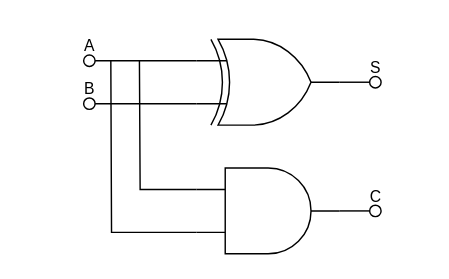
Above: Halfadder.drawio in Larshalvorhansen/icProsjekt (draw.io), before the change. Source tidied: cells renumbered, new cells numbered last; positions are measured from the earlier drawing's top-left corner, leaving out a move shared by most shapes. Both pictures are drawn from the tidied source at 143%, with x=0, y=0 at pixel (67, 24).
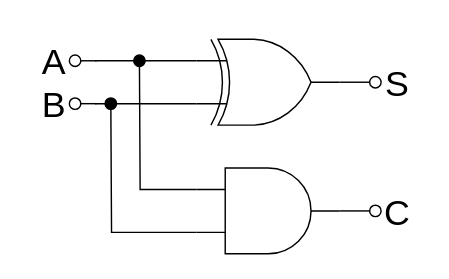
The same page after the edit.

The change refers to these unchanged cells:
```xml
<mxCell id="2" style="verticalLabelPosition=bottom;shadow=0;dashed=0;align=center;html=1;verticalAlign=top;shape=mxgraph.electrical.logic_gates.logic_gate;operation=xor;" parent="1" vertex="1">
  <mxGeometry x="90" y="10" width="100" height="60" as="geometry" />
</mxCell>
<mxCell id="5" style="verticalLabelPosition=bottom;shadow=0;dashed=0;align=center;html=1;verticalAlign=top;shape=mxgraph.electrical.logic_gates.logic_gate;operation=and;" parent="1" vertex="1">
  <mxGeometry x="90" y="100" width="100" height="60" as="geometry" />
</mxCell>
```

Change to the diagram source:
```diff
@@
     <mxCell id="4" style="edgeStyle=orthogonalEdgeStyle;shape=connector;rounded=0;jettySize=auto;html=1;exitX=0;exitY=0.75;exitDx=0;exitDy=0;exitPerimeter=0;labelBackgroundColor=default;strokeColor=default;align=center;verticalAlign=middle;fontFamily=Helvetica;fontSize=11;fontColor=default;endArrow=none;endFill=0;" parent="1" edge="1" source="5">
       <mxGeometry relative="1" as="geometry">
-        <mxPoint x="30" y="25" as="targetPoint" />
+        <mxPoint x="30" y="55" as="targetPoint" />
       </mxGeometry>
     </mxCell>
@@
-    <mxCell id="6" style="verticalLabelPosition=bottom;shadow=0;dashed=0;align=center;html=1;verticalAlign=top;shape=mxgraph.electrical.logic_gates.inverting_contact;" parent="1" vertex="1">
-      <mxGeometry x="10" y="20" width="10" height="10" as="geometry" />
-    </mxCell>
-    <mxCell id="7" style="verticalLabelPosition=bottom;shadow=0;dashed=0;align=center;html=1;verticalAlign=top;shape=mxgraph.electrical.logic_gates.inverting_contact;" parent="1" vertex="1">
-      <mxGeometry x="10" y="50" width="10" height="10" as="geometry" />
-    </mxCell>
-    <mxCell id="8" style="edgeStyle=orthogonalEdgeStyle;rounded=0;jettySize=auto;html=1;exitX=0;exitY=0.25;exitDx=0;exitDy=0;exitPerimeter=0;entryX=0.9;entryY=0.5;entryDx=0;entryDy=0;entryPerimeter=0;endArrow=none;endFill=0;" parent="1" edge="1" source="2" target="6">
-      <mxGeometry relative="1" as="geometry" />
+    <mxCell id="8" style="edgeStyle=orthogonalEdgeStyle;rounded=0;jettySize=auto;html=1;exitX=0;exitY=0.25;exitDx=0;exitDy=0;exitPerimeter=0;entryX=0.9;entryY=0.5;entryDx=0;entryDy=0;entryPerimeter=0;endArrow=none;endFill=0;" parent="1" edge="1" source="2">
+      <mxGeometry relative="1" as="geometry">
+        <mxPoint x="19" y="25" as="targetPoint" />
+      </mxGeometry>
     </mxCell>
-    <mxCell id="9" style="edgeStyle=orthogonalEdgeStyle;shape=connector;rounded=0;jettySize=auto;html=1;exitX=0;exitY=0.75;exitDx=0;exitDy=0;exitPerimeter=0;entryX=0.9;entryY=0.5;entryDx=0;entryDy=0;entryPerimeter=0;labelBackgroundColor=default;strokeColor=default;align=center;verticalAlign=middle;fontFamily=Helvetica;fontSize=11;fontColor=default;endArrow=none;endFill=0;" parent="1" edge="1" source="2" target="7">
-      <mxGeometry relative="1" as="geometry" />
+    <mxCell id="9" style="edgeStyle=orthogonalEdgeStyle;shape=connector;rounded=0;jettySize=auto;html=1;exitX=0;exitY=0.75;exitDx=0;exitDy=0;exitPerimeter=0;entryX=0.9;entryY=0.5;entryDx=0;entryDy=0;entryPerimeter=0;labelBackgroundColor=default;strokeColor=default;align=center;verticalAlign=middle;fontFamily=Helvetica;fontSize=11;fontColor=default;endArrow=none;endFill=0;" parent="1" edge="1" source="2">
+      <mxGeometry relative="1" as="geometry">
+        <mxPoint x="19" y="55" as="targetPoint" />
+      </mxGeometry>
     </mxCell>
@@
-    <mxCell id="14" value="S" style="text;html=1;align=center;verticalAlign=middle;strokeColor=none;fillColor=none;fontSize=11;fontFamily=Helvetica;fontColor=default;" parent="1" vertex="1">
-      <mxGeometry x="200" y="15" width="30" height="30" as="geometry" />
+    <mxCell id="14" value="&lt;font style=&quot;font-size: 25px;&quot;&gt;S&lt;/font&gt;" style="text;html=1;align=center;verticalAlign=middle;strokeColor=none;fillColor=none;fontSize=11;fontFamily=Helvetica;fontColor=default;" parent="1" vertex="1">
+      <mxGeometry x="210" y="20" width="40" height="40" as="geometry" />
     </mxCell>
-    <mxCell id="15" value="C" style="text;html=1;align=center;verticalAlign=middle;strokeColor=none;fillColor=none;fontSize=11;fontFamily=Helvetica;fontColor=default;" parent="1" vertex="1">
-      <mxGeometry x="200" y="105" width="30" height="30" as="geometry" />
+    <mxCell id="15" value="&lt;font style=&quot;font-size: 25px;&quot;&gt;C&lt;/font&gt;" style="text;html=1;align=center;verticalAlign=middle;strokeColor=none;fillColor=none;fontSize=11;fontFamily=Helvetica;fontColor=default;" parent="1" vertex="1">
+      <mxGeometry x="210" y="110" width="40" height="40" as="geometry" />
     </mxCell>
-    <mxCell id="16" value="A" style="text;html=1;align=center;verticalAlign=middle;strokeColor=none;fillColor=none;fontSize=11;fontFamily=Helvetica;fontColor=default;" parent="1" vertex="1">
-      <mxGeometry width="30" height="30" as="geometry" />
+    <mxCell id="16" value="&lt;font style=&quot;font-size: 25px;&quot;&gt;A&lt;/font&gt;" style="text;html=1;align=center;verticalAlign=middle;strokeColor=none;fillColor=none;fontSize=11;fontFamily=Helvetica;fontColor=default;" parent="1" vertex="1">
+      <mxGeometry x="-30" y="5" width="40" height="40" as="geometry" />
     </mxCell>
-    <mxCell id="17" value="B" style="text;html=1;align=center;verticalAlign=middle;strokeColor=none;fillColor=none;fontSize=11;fontFamily=Helvetica;fontColor=default;" parent="1" vertex="1">
-      <mxGeometry y="30" width="30" height="30" as="geometry" />
+    <mxCell id="17" value="&lt;font style=&quot;font-size: 25px;&quot;&gt;B&lt;/font&gt;" style="text;html=1;align=center;verticalAlign=middle;strokeColor=none;fillColor=none;fontSize=11;fontFamily=Helvetica;fontColor=default;" parent="1" vertex="1">
+      <mxGeometry x="-30" y="35" width="40" height="40" as="geometry" />
     </mxCell>
+    <mxCell id="18" style="verticalLabelPosition=bottom;shadow=0;dashed=0;align=center;html=1;verticalAlign=top;shape=mxgraph.electrical.logic_gates.inverting_contact;fontFamily=Helvetica;fontSize=11;fontColor=default;fillColor=#000000;" parent="1" vertex="1">
+      <mxGeometry x="45" y="20" width="10" height="10" as="geometry" />
+    </mxCell>
+    <mxCell id="19" style="verticalLabelPosition=bottom;shadow=0;dashed=0;align=center;html=1;verticalAlign=top;shape=mxgraph.electrical.logic_gates.inverting_contact;fontFamily=Helvetica;fontSize=11;fontColor=default;fillColor=#000000;" parent="1" vertex="1">
+      <mxGeometry x="25" y="50" width="10" height="10" as="geometry" />
+    </mxCell>
+    <mxCell id="20" style="edgeStyle=orthogonalEdgeStyle;shape=connector;rounded=0;jettySize=auto;html=1;exitX=0.9;exitY=0.5;exitDx=0;exitDy=0;exitPerimeter=0;labelBackgroundColor=default;strokeColor=default;align=center;verticalAlign=middle;fontFamily=Helvetica;fontSize=11;fontColor=default;endArrow=none;endFill=0;" parent="1" edge="1" source="21">
+      <mxGeometry relative="1" as="geometry">
+        <mxPoint x="20" y="25" as="targetPoint" />
+      </mxGeometry>
+    </mxCell>
+    <mxCell id="21" style="verticalLabelPosition=bottom;shadow=0;dashed=0;align=center;html=1;verticalAlign=top;shape=mxgraph.electrical.logic_gates.inverting_contact;fontFamily=Helvetica;fontSize=11;fontColor=default;" parent="1" vertex="1">
+      <mxGeometry y="20" width="10" height="10" as="geometry" />
+    </mxCell>
+    <mxCell id="22" style="edgeStyle=orthogonalEdgeStyle;shape=connector;rounded=0;jettySize=auto;html=1;exitX=0.9;exitY=0.5;exitDx=0;exitDy=0;exitPerimeter=0;labelBackgroundColor=default;strokeColor=default;align=center;verticalAlign=middle;fontFamily=Helvetica;fontSize=11;fontColor=default;endArrow=none;endFill=0;" parent="1" edge="1" source="23">
+      <mxGeometry relative="1" as="geometry">
+        <mxPoint x="20" y="55" as="targetPoint" />
+      </mxGeometry>
+    </mxCell>
+    <mxCell id="23" style="verticalLabelPosition=bottom;shadow=0;dashed=0;align=center;html=1;verticalAlign=top;shape=mxgraph.electrical.logic_gates.inverting_contact;fontFamily=Helvetica;fontSize=11;fontColor=default;" parent="1" vertex="1">
+      <mxGeometry y="50" width="10" height="10" as="geometry" />
+    </mxCell>
```
